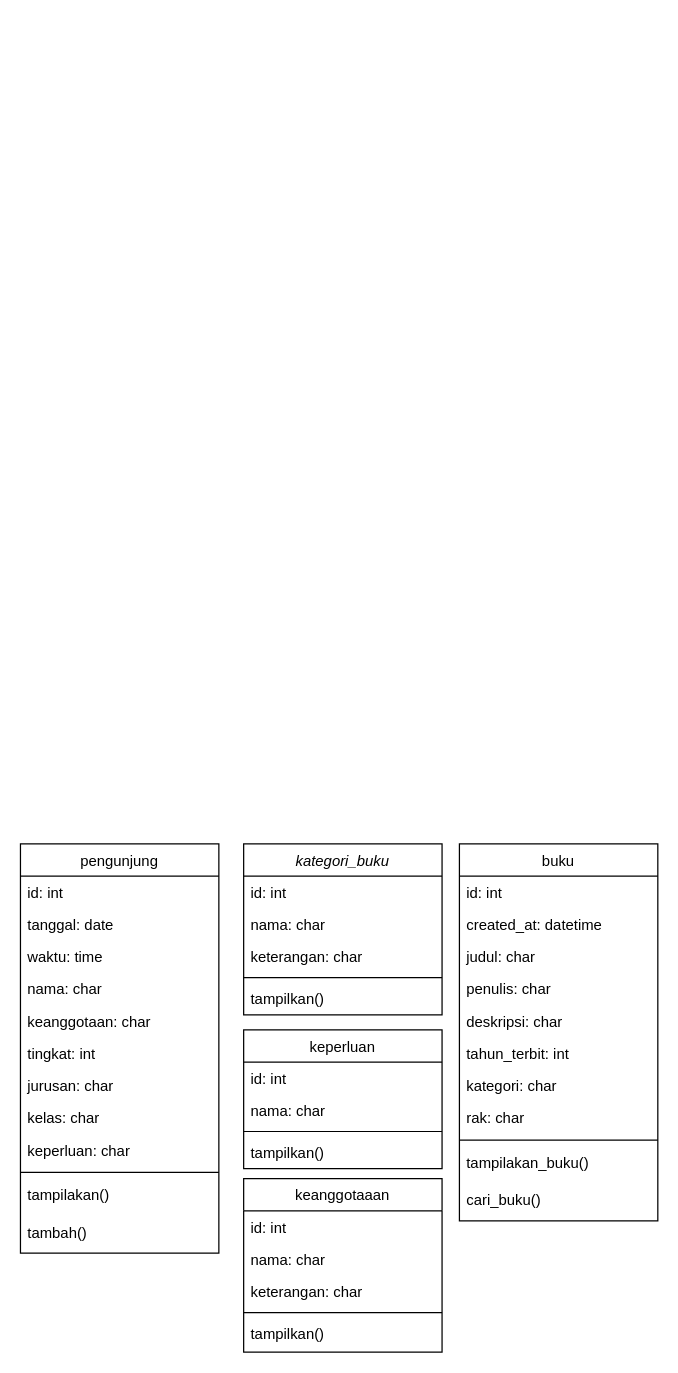
Earlier version of the draw.io diagram Untitled Diagram.drawio (Dhiyaul-n/perpus-digital). Source tidied: cells renumbered, new cells numbered last; positions are measured from the earlier drawing's top-left corner, leaving out a move shared by most shapes. Both pictures are drawn from the tidied source at 124%, with x=0, y=0 at pixel (20, 843).
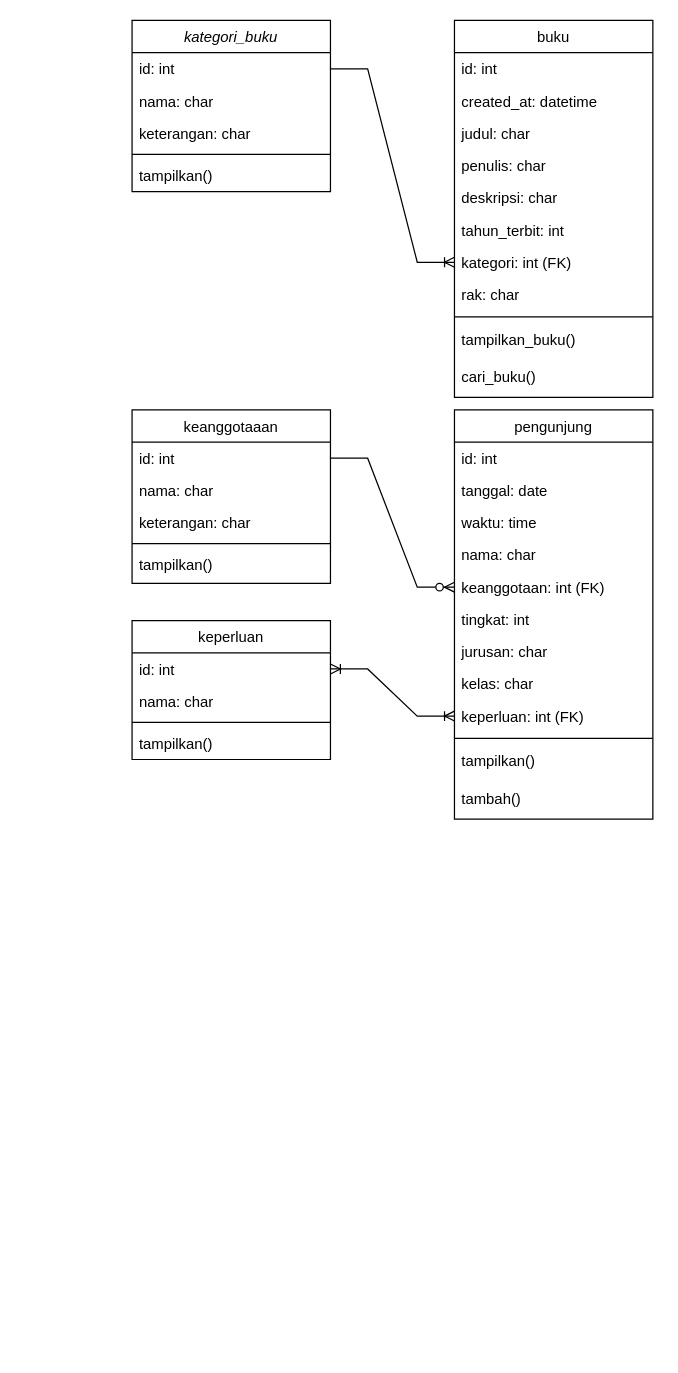
After the change.

The change refers to these unchanged cells:
```xml
<mxCell id="3" value="id: int" style="text;align=left;verticalAlign=top;spacingLeft=4;spacingRight=4;overflow=hidden;points=[[0,0.5],[1,0.5]];portConstraint=eastwest;" parent="2" vertex="1">
  <mxGeometry y="26" width="160" height="26" as="geometry" />
</mxCell>
<mxCell id="9" value="id: int" style="text;align=left;verticalAlign=top;spacingLeft=4;spacingRight=4;overflow=hidden;points=[[0,0.5],[1,0.5]];portConstraint=eastwest;" parent="8" vertex="1">
  <mxGeometry y="26" width="160" height="26" as="geometry" />
</mxCell>
<mxCell id="15" value="id: int" style="text;align=left;verticalAlign=top;spacingLeft=4;spacingRight=4;overflow=hidden;points=[[0,0.5],[1,0.5]];portConstraint=eastwest;" parent="14" vertex="1">
  <mxGeometry y="26" width="160" height="26" as="geometry" />
</mxCell>
```

Diff of the diagram source:
```diff
@@
     <mxCell id="2" value="kategori_buku" style="swimlane;fontStyle=2;align=center;verticalAlign=top;horizontal=1;startSize=26;rounded=0;shadow=0;strokeWidth=1;" parent="1" vertex="1">
-      <mxGeometry x="180" width="160" height="138" as="geometry" />
+      <mxGeometry x="90" y="-664" width="160" height="138" as="geometry" />
     </mxCell>
@@
     <mxCell id="8" value="keanggotaaan" style="swimlane;fontStyle=0;align=center;verticalAlign=top;horizontal=1;startSize=26;rounded=0;shadow=0;strokeWidth=1;" parent="1" vertex="1">
-      <mxGeometry x="180" y="270" width="160" height="140" as="geometry" />
+      <mxGeometry x="90" y="-350" width="160" height="140" as="geometry" />
     </mxCell>
@@
     <mxCell id="13" value="tampilkan()" style="text;align=left;verticalAlign=top;spacingLeft=4;spacingRight=4;overflow=hidden;" parent="8" vertex="1">
-      <mxGeometry y="112" width="160" height="26" as="geometry" />
+      <mxGeometry y="112" width="160" height="18" as="geometry" />
     </mxCell>
     <mxCell id="14" value="keperluan" style="swimlane;fontStyle=0;align=center;verticalAlign=top;horizontal=1;startSize=26;rounded=0;shadow=0;strokeWidth=1;" parent="1" vertex="1">
-      <mxGeometry x="180" y="150" width="160" height="112" as="geometry" />
+      <mxGeometry x="90" y="-180" width="160" height="112" as="geometry" />
     </mxCell>
@@
     <mxCell id="19" value="buku" style="swimlane;fontStyle=0;align=center;verticalAlign=top;horizontal=1;startSize=26;rounded=0;shadow=0;strokeWidth=1;" parent="1" vertex="1">
-      <mxGeometry x="354" width="160" height="304" as="geometry" />
+      <mxGeometry x="350" y="-664" width="160" height="304" as="geometry" />
     </mxCell>
@@
-    <mxCell id="26" value="kategori: char" style="text;align=left;verticalAlign=top;spacingLeft=4;spacingRight=4;overflow=hidden;points=[[0,0.5],[1,0.5]];portConstraint=eastwest;rounded=0;shadow=0;html=0;" parent="19" vertex="1">
+    <mxCell id="26" value="kategori: int (FK)" style="text;align=left;verticalAlign=top;spacingLeft=4;spacingRight=4;overflow=hidden;points=[[0,0.5],[1,0.5]];portConstraint=eastwest;rounded=0;shadow=0;html=0;" parent="19" vertex="1">
       <mxGeometry y="182" width="160" height="26" as="geometry" />
     </mxCell>
@@
-    <mxCell id="29" value="tampilakan_buku()" style="text;align=left;verticalAlign=top;spacingLeft=4;spacingRight=4;overflow=hidden;" parent="19" vertex="1">
+    <mxCell id="29" value="tampilkan_buku()" style="text;align=left;verticalAlign=top;spacingLeft=4;spacingRight=4;overflow=hidden;" parent="19" vertex="1">
       <mxGeometry y="244" width="160" height="30" as="geometry" />
     </mxCell>
@@
     <mxCell id="31" value="pengunjung" style="swimlane;fontStyle=0;align=center;verticalAlign=top;horizontal=1;startSize=26;rounded=0;shadow=0;strokeWidth=1;" parent="1" vertex="1">
-      <mxGeometry width="160" height="330" as="geometry" />
+      <mxGeometry x="350" y="-350" width="160" height="330" as="geometry" />
     </mxCell>
@@
-    <mxCell id="36" value="keanggotaan: char" style="text;align=left;verticalAlign=top;spacingLeft=4;spacingRight=4;overflow=hidden;points=[[0,0.5],[1,0.5]];portConstraint=eastwest;rounded=0;shadow=0;html=0;" parent="31" vertex="1">
+    <mxCell id="36" value="keanggotaan: int (FK)" style="text;align=left;verticalAlign=top;spacingLeft=4;spacingRight=4;overflow=hidden;points=[[0,0.5],[1,0.5]];portConstraint=eastwest;rounded=0;shadow=0;html=0;" parent="31" vertex="1">
       <mxGeometry y="130" width="160" height="26" as="geometry" />
     </mxCell>
@@
-    <mxCell id="40" value="keperluan: char" style="text;align=left;verticalAlign=top;spacingLeft=4;spacingRight=4;overflow=hidden;points=[[0,0.5],[1,0.5]];portConstraint=eastwest;rounded=0;shadow=0;html=0;" parent="31" vertex="1">
+    <mxCell id="40" value="keperluan: int (FK)" style="text;align=left;verticalAlign=top;spacingLeft=4;spacingRight=4;overflow=hidden;points=[[0,0.5],[1,0.5]];portConstraint=eastwest;rounded=0;shadow=0;html=0;" parent="31" vertex="1">
       <mxGeometry y="234" width="160" height="26" as="geometry" />
     </mxCell>
@@
-    <mxCell id="42" value="tampilakan()" style="text;align=left;verticalAlign=top;spacingLeft=4;spacingRight=4;overflow=hidden;" parent="31" vertex="1">
+    <mxCell id="42" value="tampilkan()" style="text;align=left;verticalAlign=top;spacingLeft=4;spacingRight=4;overflow=hidden;" parent="31" vertex="1">
       <mxGeometry y="270" width="160" height="30" as="geometry" />
     </mxCell>
@@
+    <mxCell id="44" style="edgeStyle=entityRelationEdgeStyle;fontSize=12;html=1;endArrow=ERoneToMany;rounded=0;exitX=1;exitY=0.5;exitDx=0;exitDy=0;entryX=0;entryY=0.5;entryDx=0;entryDy=0;" parent="1" edge="1" source="3" target="26">
+      <mxGeometry relative="1" as="geometry" />
+    </mxCell>
+    <mxCell id="45" style="edgeStyle=entityRelationEdgeStyle;fontSize=12;html=1;endArrow=ERzeroToMany;endFill=1;rounded=0;exitX=1;exitY=0.5;exitDx=0;exitDy=0;entryX=0;entryY=0.5;entryDx=0;entryDy=0;" parent="1" edge="1" source="9" target="36">
+      <mxGeometry relative="1" as="geometry" />
+    </mxCell>
+    <mxCell id="46" style="edgeStyle=entityRelationEdgeStyle;fontSize=12;html=1;endArrow=ERoneToMany;startArrow=ERoneToMany;rounded=0;exitX=1;exitY=0.5;exitDx=0;exitDy=0;entryX=0;entryY=0.5;entryDx=0;entryDy=0;" parent="1" edge="1" source="15" target="40">
+      <mxGeometry relative="1" as="geometry" />
+    </mxCell>
```
